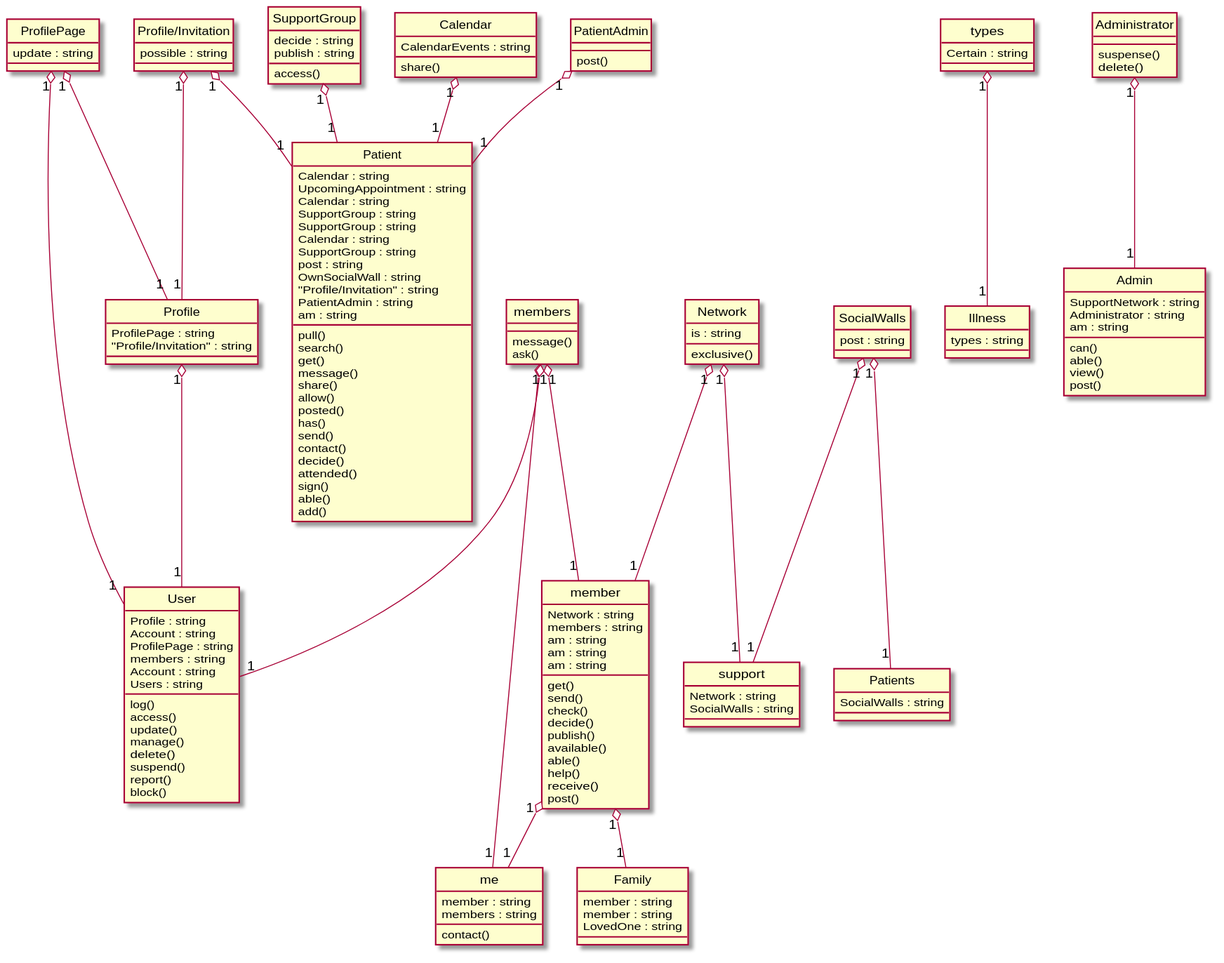
xixixhalu/DomainModelExtractor keeps this PlantUML diagram as Diagrams/2018-USC-Project06.svg. Above is the earlier version. Source of this version:
```plantuml
@startuml
hide circle
class User {
	Profile : string
	Account : string
	ProfilePage : string
	members : string
	Account : string
	Users : string
	log()
	access()
	update()
	manage()
	delete()
	suspend()
	report()
	block()
}
class Patient {
	Calendar : string
	UpcomingAppointment : string
	Calendar : string
	SupportGroup : string
	SupportGroup : string
	Calendar : string
	SupportGroup : string
	post : string
	OwnSocialWall : string
	"Profile/Invitation" : string
	PatientAdmin : string
	am : string
	pull()
	search()
	get()
	message()
	share()
	allow()
	posted()
	has()
	send()
	contact()
	decide()
	attended()
	sign()
	able()
	add()
}
class support {
	Network : string
	SocialWalls : string
}
class Family {
	member : string
	member : string
	LovedOne : string
}
class SupportGroup {
	decide : string
	publish : string
	access()
}
class Illness {
	types : string
}
class member {
	Network : string
	members : string
	am : string
	am : string
	am : string
	get()
	send()
	check()
	decide()
	publish()
	available()
	able()
	help()
	receive()
	post()
}
class types {
	Certain : string
}
class Admin {
	SupportNetwork : string
	Administrator : string
	am : string
	can()
	able()
	view()
	post()
}
class ProfilePage {
	update : string
}
class SocialWalls {
	post : string
}
class Patients {
	SocialWalls : string
}
class Profile/Invitation {
	possible : string
}
class Calendar {
	CalendarEvents : string
	share()
}
class Profile {
	ProfilePage : string
	"Profile/Invitation" : string
}
class me {
	member : string
	members : string
	contact()
}
class Network {
	is : string
	exclusive()
}
class members {
	message()
	ask()
}
class Administrator {
	suspense()
	delete()
}
class PatientAdmin {
	post()
}
PatientAdmin "1" o-- "1" Patient
SocialWalls "1" o-- "1" support
Network "1" o-- "1" support
member "1" o-- "1" Family
types "1" o-- "1" Illness
Network "1" o-- "1" member
members "1" o-- "1" member
Administrator "1" o-- "1" Admin
SocialWalls "1" o-- "1" Patients
ProfilePage "1" o-- "1" Profile
"Profile/Invitation" "1" o-- "1" Profile
member "1" o-- "1" me
members "1" o-- "1" me
ProfilePage "1" o-- "1" User
Profile "1" o-- "1" User
members "1" o-- "1" User
SupportGroup "1" o-- "1" Patient
"Profile/Invitation" "1" o-- "1" Patient
Calendar "1" o-- "1" Patient
@enduml
```
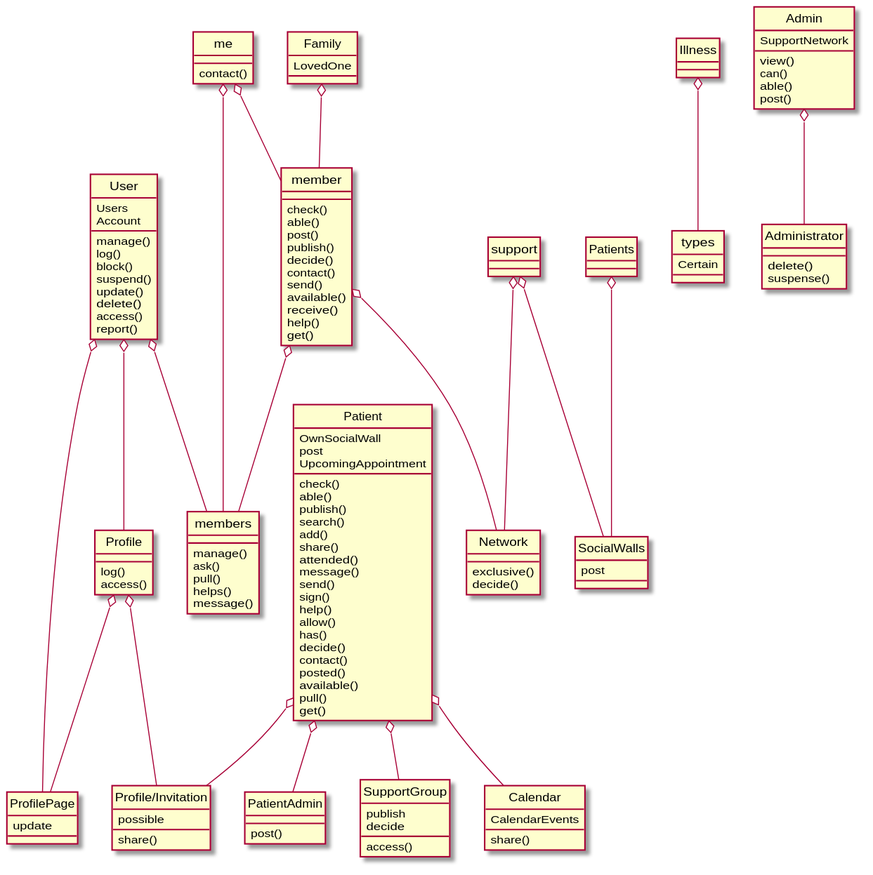
After the change.

The edit, as a diff of the source:
```diff
@@ -1,153 +1,134 @@
 @startuml
 hide circle
 class User {
-	Profile : string
-	Account : string
-	ProfilePage : string
-	members : string
-	Account : string
-	Users : string
+	Users
+	Account
+	manage()
 	log()
+	block()
+	suspend()
+	update()
+	delete()
 	access()
-	update()
-	manage()
-	delete()
-	suspend()
 	report()
-	block()
 }
 class Patient {
-	Calendar : string
-	UpcomingAppointment : string
-	Calendar : string
-	SupportGroup : string
-	SupportGroup : string
-	Calendar : string
-	SupportGroup : string
-	post : string
-	OwnSocialWall : string
-	"Profile/Invitation" : string
-	PatientAdmin : string
-	am : string
+	OwnSocialWall
+	post
+	UpcomingAppointment
+	check()
+	able()
+	publish()
+	search()
+	add()
+	share()
+	attended()
+	message()
+	send()
+	sign()
+	help()
+	allow()
+	has()
+	decide()
+	contact()
+	posted()
+	available()
 	pull()
-	search()
 	get()
-	message()
-	share()
-	allow()
-	posted()
-	has()
-	send()
-	contact()
-	decide()
-	attended()
-	sign()
-	able()
-	add()
 }
 class support {
-	Network : string
-	SocialWalls : string
 }
 class Family {
-	member : string
-	member : string
-	LovedOne : string
+	LovedOne
 }
 class SupportGroup {
-	decide : string
-	publish : string
+	publish
+	decide
 	access()
 }
 class Illness {
-	types : string
 }
 class member {
-	Network : string
-	members : string
-	am : string
-	am : string
-	am : string
+	check()
+	able()
+	post()
+	publish()
+	decide()
+	contact()
+	send()
+	available()
+	receive()
+	help()
 	get()
-	send()
-	check()
-	decide()
-	publish()
-	available()
-	able()
-	help()
-	receive()
-	post()
 }
 class types {
-	Certain : string
+	Certain
 }
 class Admin {
-	SupportNetwork : string
-	Administrator : string
-	am : string
+	SupportNetwork
+	view()
 	can()
 	able()
-	view()
 	post()
 }
 class ProfilePage {
-	update : string
+	update
 }
 class SocialWalls {
-	post : string
+	post
 }
 class Patients {
-	SocialWalls : string
 }
 class Profile/Invitation {
-	possible : string
-}
-class Calendar {
-	CalendarEvents : string
+	possible
 	share()
 }
 class Profile {
-	ProfilePage : string
-	"Profile/Invitation" : string
+	log()
+	access()
 }
 class me {
-	member : string
-	members : string
 	contact()
 }
-class Network {
-	is : string
-	exclusive()
+class Calendar {
+	CalendarEvents
+	share()
 }
 class members {
+	manage()
+	ask()
+	pull()
+	helps()
 	message()
-	ask()
-}
-class Administrator {
-	suspense()
-	delete()
 }
 class PatientAdmin {
 	post()
 }
-PatientAdmin "1" o-- "1" Patient
-SocialWalls "1" o-- "1" support
-Network "1" o-- "1" support
-member "1" o-- "1" Family
-types "1" o-- "1" Illness
-Network "1" o-- "1" member
-members "1" o-- "1" member
-Administrator "1" o-- "1" Admin
-SocialWalls "1" o-- "1" Patients
-ProfilePage "1" o-- "1" Profile
-"Profile/Invitation" "1" o-- "1" Profile
-member "1" o-- "1" me
-members "1" o-- "1" me
-ProfilePage "1" o-- "1" User
-Profile "1" o-- "1" User
-members "1" o-- "1" User
-SupportGroup "1" o-- "1" Patient
-"Profile/Invitation" "1" o-- "1" Patient
-Calendar "1" o-- "1" Patient
+class Administrator {
+	delete()
+	suspense()
+}
+class Network {
+	exclusive()
+	decide()
+}
+User o-- ProfilePage
+User o-- Profile
+User o-- members
+Patient o-- SupportGroup
+Patient o-- "Profile/Invitation"
+Patient o-- Calendar
+Patient o-- PatientAdmin
+support o-- SocialWalls
+support o-- Network
+Family o-- member
+Illness o-- types
+member o-- members
+member o-- Network
+Admin o-- Administrator
+Patients o-- SocialWalls
+Profile o-- ProfilePage
+Profile o-- "Profile/Invitation"
+me o-- member
+me o-- members
 @enduml
```
